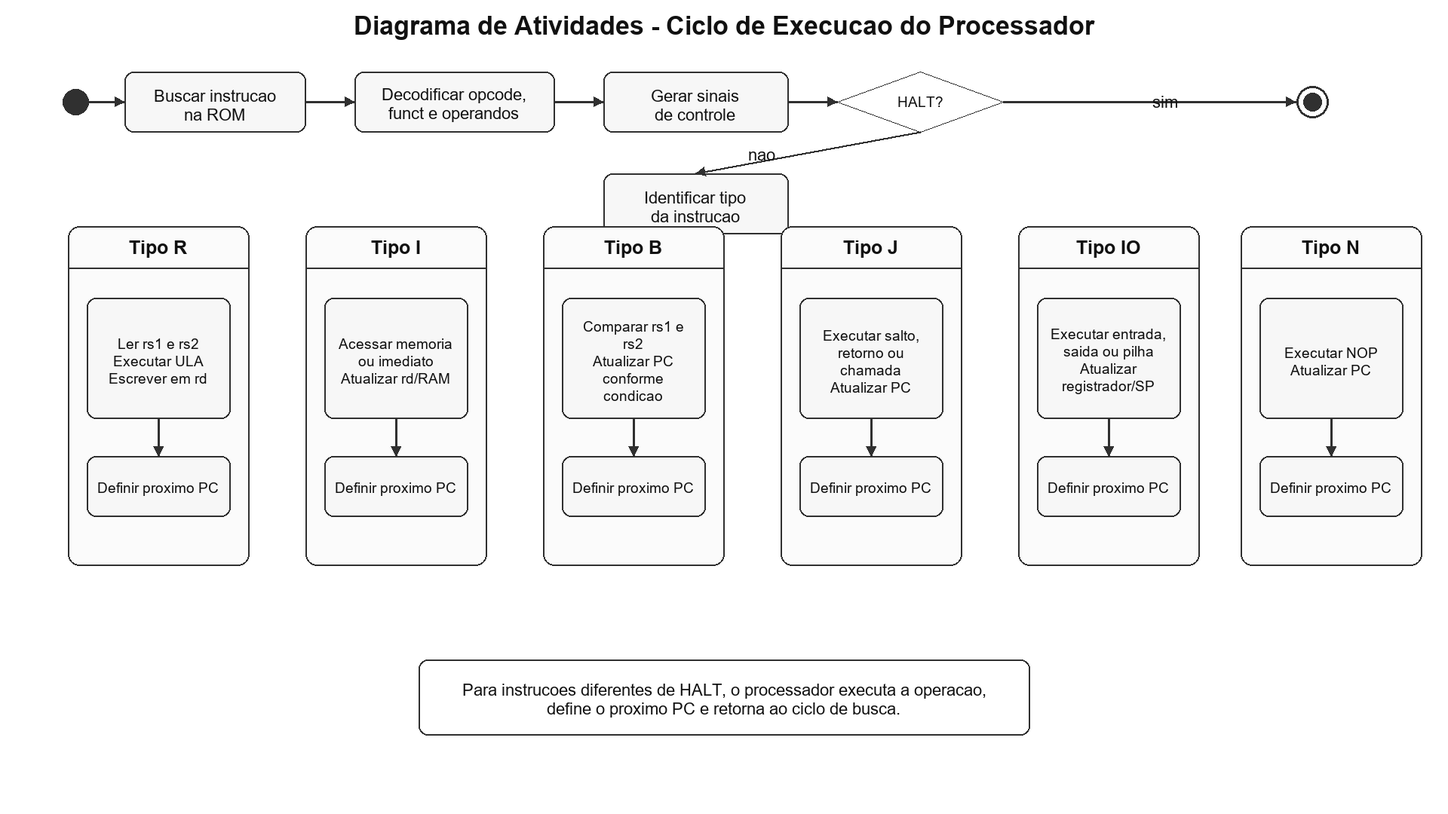
FelipeSilvestre04/Compiladores keeps this PlantUML diagram as diagramas/png_16x9/02_processador_atividades.png. Above is the earlier version. Its source is kept beside it as diagramas/puml/02_processador_atividades.puml. The source it was exported from:
```plantuml
@startuml
title Diagrama de Atividades - Ciclo de Execucao do Processador

skinparam backgroundColor #FFFFFF
skinparam shadowing false
skinparam roundcorner 8
skinparam defaultFontName Arial
skinparam ArrowColor #404040

start
:Inicializar PC, registradores\ne sinais de controle;

repeat
  :Buscar instrucao na ROM\nusando o valor atual do PC;
  :Decodificar opcode, funct,\nregistradores e imediato;
  :Gerar sinais de controle;

  if (Instrucao HALT?) then (sim)
    :Interromper execucao;
  else (nao)
    if (Tipo R?) then (sim)
      :Ler rs1 e rs2;
      :Executar operacao na ULA;
      :Escrever resultado em rd;
      :Atualizar PC para PC + 1;
    else (nao)
      if (Tipo I?) then (sim)
        :Executar acesso a memoria\nou operacao com imediato;
        :Atualizar registrador ou RAM;
        :Atualizar PC para PC + 1;
      else (nao)
        if (Tipo B?) then (sim)
          :Comparar rs1 e rs2;
          :Atualizar PC conforme condicao;
        else (nao)
          if (Tipo J?) then (sim)
            :Executar salto, retorno\nou chamada com link;
            :Atualizar PC com destino;
          else (IO ou NOP)
            :Executar entrada, saida,\npilha ou nenhuma operacao;
            :Atualizar PC para PC + 1;
          endif
        endif
      endif
    endif
  endif
repeat while (instrucao diferente de HALT?) is (sim)

stop
@enduml
```
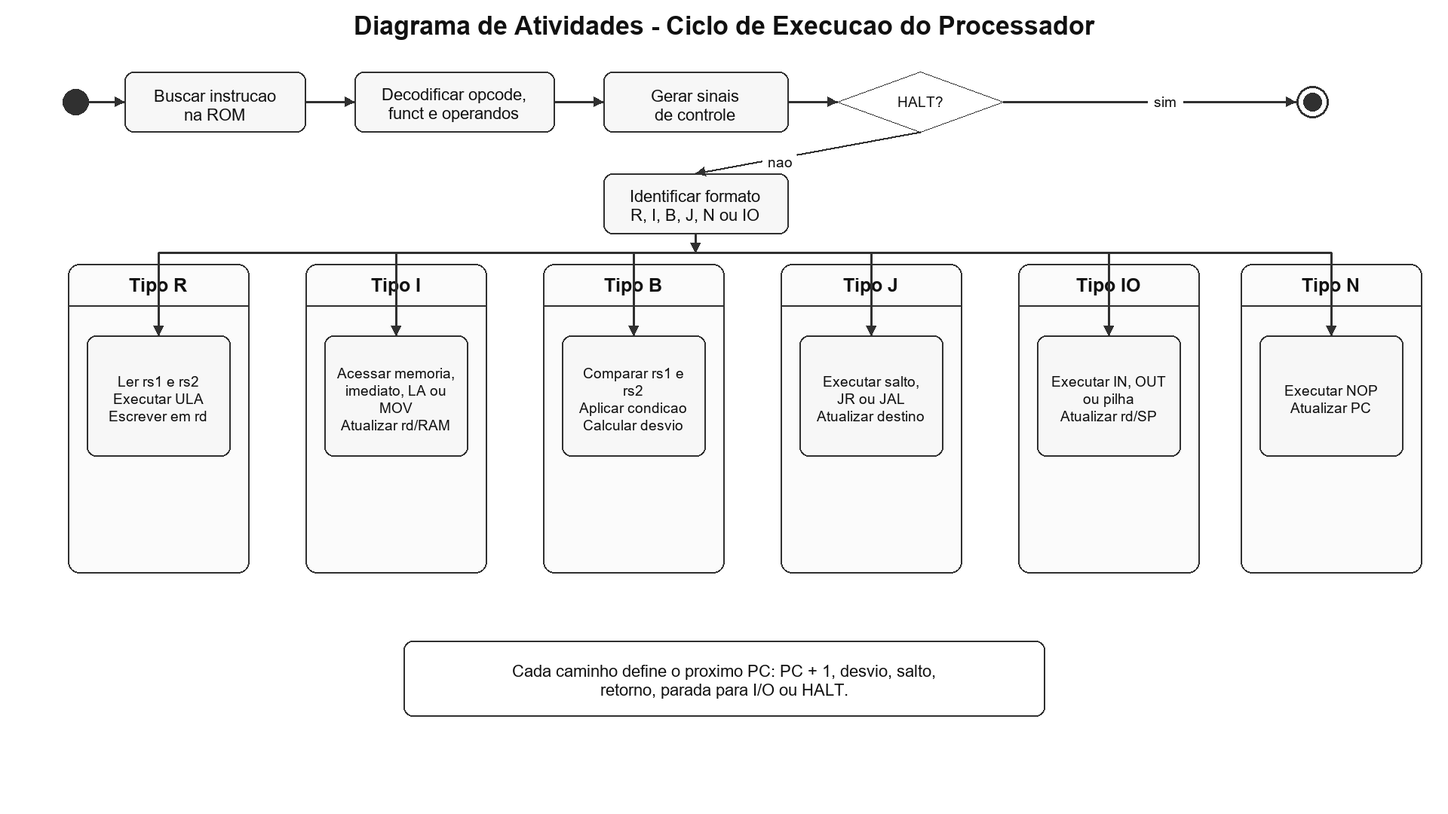
After the commit.

Change to the diagram source:
```diff
@@ -25,19 +25,19 @@
       :Atualizar PC para PC + 1;
     else (nao)
       if (Tipo I?) then (sim)
-        :Executar acesso a memoria\nou operacao com imediato;
+        :Executar acesso a memoria,\noperacao com imediato, LA ou MOV;
         :Atualizar registrador ou RAM;
         :Atualizar PC para PC + 1;
       else (nao)
         if (Tipo B?) then (sim)
           :Comparar rs1 e rs2;
-          :Atualizar PC conforme condicao;
+          :Atualizar PC conforme resultado\nda comparacao;
         else (nao)
           if (Tipo J?) then (sim)
-            :Executar salto, retorno\nou chamada com link;
+            :Executar salto relativo,\nsalto absoluto, retorno ou JAL;
             :Atualizar PC com destino;
           else (IO ou NOP)
-            :Executar entrada, saida,\npilha ou nenhuma operacao;
+            :Executar NOP, entrada, saida\nou operacao de pilha;
             :Atualizar PC para PC + 1;
           endif
         endif
```
